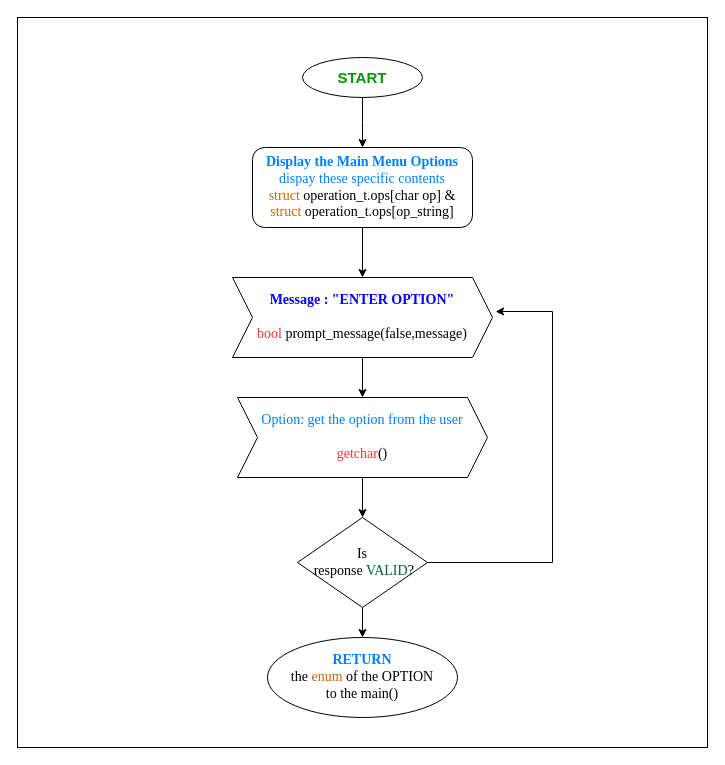
Before: MONICA._flowchart_after_tsdone.drawio in francis-job/MONICA_Design-Analysis, a draw.io diagram. Source tidied: cells renumbered, new cells numbered last; positions are measured from the earlier drawing's top-left corner, leaving out a move shared by most shapes. Both pictures are drawn from the tidied source at 100%, with x=0, y=0 at pixel (17, 17).
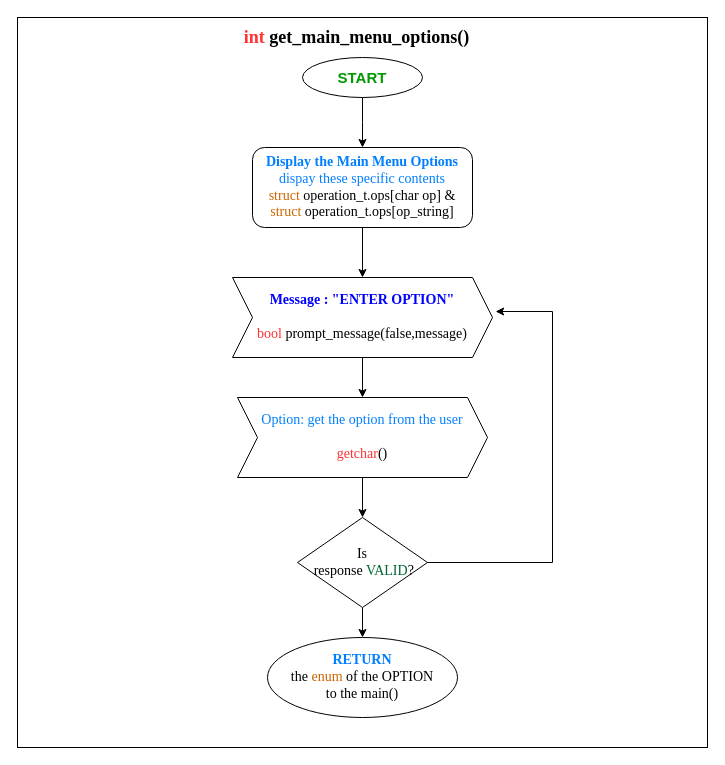
Above is the later version.

Commit message:
main_menu completed

The edit, as a diff of the source:
```diff
@@
 <mxGraphModel>
   <root>
     <mxCell id="0" />
     <mxCell id="1" parent="0" />
     <mxCell id="2" style="rounded=0;whiteSpace=wrap;html=1;" parent="1" vertex="1">
       <mxGeometry width="690" height="730" as="geometry" />
     </mxCell>
     <mxCell id="3" style="edgeStyle=orthogonalEdgeStyle;rounded=0;jettySize=auto;html=1;exitX=0.5;exitY=1;exitDx=0;exitDy=0;entryX=0.5;entryY=0;entryDx=0;entryDy=0;" parent="1" edge="1" source="4">
       <mxGeometry relative="1" as="geometry">
         <mxPoint x="345" y="130" as="targetPoint" />
       </mxGeometry>
     </mxCell>
     <mxCell id="4" value="&lt;b&gt;&lt;font color=&quot;#009900&quot; style=&quot;font-size: 15px&quot;&gt;START&lt;/font&gt;&lt;/b&gt;" style="ellipse;whiteSpace=wrap;html=1;" parent="1" vertex="1">
       <mxGeometry x="285" y="40" width="120" height="40" as="geometry" />
     </mxCell>
     <mxCell id="5" style="edgeStyle=orthogonalEdgeStyle;rounded=0;jettySize=auto;html=1;exitX=0.5;exitY=1;exitDx=0;exitDy=0;" parent="1" edge="1" source="6" target="13">
       <mxGeometry relative="1" as="geometry" />
     </mxCell>
     <mxCell id="6" value="&lt;font face=&quot;Times New Roman&quot; style=&quot;font-size: 14px&quot;&gt;&lt;b&gt;&lt;font color=&quot;#0000ff&quot; style=&quot;font-size: 14px&quot;&gt;Message : &quot;ENTER OPTION&quot;&lt;/font&gt;&lt;br&gt;&lt;/b&gt;&lt;br&gt;&lt;font color=&quot;#ff3333&quot; style=&quot;font-size: 14px&quot;&gt;bool&lt;/font&gt; prompt_message(false,message)&lt;/font&gt;" style="shape=step;perimeter=stepPerimeter;whiteSpace=wrap;html=1;fixedSize=1;" parent="1" vertex="1">
       <mxGeometry x="215" y="260" width="260" height="80" as="geometry" />
     </mxCell>
     <mxCell id="7" style="edgeStyle=orthogonalEdgeStyle;rounded=0;jettySize=auto;html=1;exitX=0.5;exitY=1;exitDx=0;exitDy=0;entryX=0.5;entryY=0;entryDx=0;entryDy=0;" parent="1" edge="1" source="8" target="6">
       <mxGeometry relative="1" as="geometry" />
     </mxCell>
     <mxCell id="8" value="&lt;font face=&quot;Times New Roman&quot; style=&quot;font-size: 14px&quot;&gt;&lt;font color=&quot;#007fff&quot; style=&quot;font-size: 14px&quot;&gt;&lt;b&gt;Display&amp;nbsp;the Main Menu Options&lt;br&gt;&lt;/b&gt;dispay these specific contents&lt;br&gt;&lt;/font&gt;&lt;font color=&quot;#cc6600&quot; style=&quot;font-size: 14px&quot;&gt;struct&lt;/font&gt;&lt;span&gt;&amp;nbsp;operation_t.ops[char op] &amp;amp;&lt;/span&gt;&lt;br&gt;&lt;font color=&quot;#cc6600&quot; style=&quot;font-size: 14px&quot;&gt;struct&lt;/font&gt;&lt;span&gt;&amp;nbsp;operation_t.ops[op_string]&lt;/span&gt;&lt;/font&gt;" style="rounded=1;whiteSpace=wrap;html=1;" parent="1" vertex="1">
       <mxGeometry x="235" y="130" width="220" height="80" as="geometry" />
     </mxCell>
     <mxCell id="9" style="edgeStyle=orthogonalEdgeStyle;rounded=0;jettySize=auto;html=1;exitX=1;exitY=0.5;exitDx=0;exitDy=0;entryX=1.012;entryY=0.425;entryDx=0;entryDy=0;entryPerimeter=0;" parent="1" edge="1" source="11" target="6">
       <mxGeometry relative="1" as="geometry">
         <Array as="points">
           <mxPoint x="535" y="545" />
           <mxPoint x="535" y="294" />
         </Array>
       </mxGeometry>
     </mxCell>
     <mxCell id="10" style="edgeStyle=orthogonalEdgeStyle;rounded=0;jettySize=auto;html=1;exitX=0.5;exitY=1;exitDx=0;exitDy=0;entryX=0.5;entryY=0;entryDx=0;entryDy=0;" parent="1" edge="1" source="11">
       <mxGeometry relative="1" as="geometry">
         <mxPoint x="345" y="620" as="targetPoint" />
       </mxGeometry>
     </mxCell>
     <mxCell id="11" value="&lt;font face=&quot;Times New Roman&quot; style=&quot;font-size: 14px&quot;&gt;Is&lt;br&gt;&amp;nbsp;response &lt;font style=&quot;font-size: 14px&quot; color=&quot;#006633&quot;&gt;VALID&lt;/font&gt;?&lt;/font&gt;" style="rhombus;whiteSpace=wrap;html=1;" parent="1" vertex="1">
       <mxGeometry x="280" y="500" width="130" height="90" as="geometry" />
     </mxCell>
     <mxCell id="12" style="edgeStyle=orthogonalEdgeStyle;rounded=0;jettySize=auto;html=1;exitX=0.5;exitY=1;exitDx=0;exitDy=0;" parent="1" edge="1" source="13" target="11">
       <mxGeometry relative="1" as="geometry" />
     </mxCell>
     <mxCell id="13" value="&lt;font style=&quot;font-size: 14px&quot; face=&quot;Times New Roman&quot;&gt;&lt;font color=&quot;#007fff&quot; style=&quot;font-size: 14px&quot;&gt;Option: get the option from the user&lt;br&gt;&lt;/font&gt;&lt;br&gt;&lt;font color=&quot;#ff3333&quot; style=&quot;font-size: 14px&quot;&gt;getchar&lt;/font&gt;()&lt;/font&gt;" style="shape=step;perimeter=stepPerimeter;whiteSpace=wrap;html=1;fixedSize=1;" parent="1" vertex="1">
       <mxGeometry x="220" y="380" width="250" height="80" as="geometry" />
     </mxCell>
     <mxCell id="14" value="&lt;font color=&quot;#007fff&quot; style=&quot;font-family: &amp;#34;times new roman&amp;#34; ; font-size: 14px&quot;&gt;&lt;b&gt;RETURN&lt;/b&gt;&lt;/font&gt;&lt;br style=&quot;font-family: &amp;#34;times new roman&amp;#34; ; font-size: 14px&quot;&gt;&lt;span style=&quot;font-family: &amp;#34;times new roman&amp;#34; ; font-size: 14px&quot;&gt;the &lt;font color=&quot;#cc6600&quot;&gt;enum&lt;/font&gt; of the OPTION&lt;br&gt;to the main()&lt;br&gt;&lt;/span&gt;" style="ellipse;whiteSpace=wrap;html=1;" parent="1" vertex="1">
       <mxGeometry x="250" y="620" width="190" height="80" as="geometry" />
     </mxCell>
+    <mxCell id="15" value="&lt;font face=&quot;Times New Roman&quot; size=&quot;1&quot;&gt;&lt;b style=&quot;font-size: 18px&quot;&gt;&lt;font color=&quot;#ff3333&quot;&gt;int&lt;/font&gt; get_main_menu_options()&lt;/b&gt;&lt;/font&gt;" style="text;html=1;align=center;verticalAlign=middle;fillColor=none;strokeColor=none;rounded=0;" parent="1" vertex="1">
+      <mxGeometry x="219" y="10" width="240" height="20" as="geometry" />
+    </mxCell>
   </root>
 </mxGraphModel>
```
